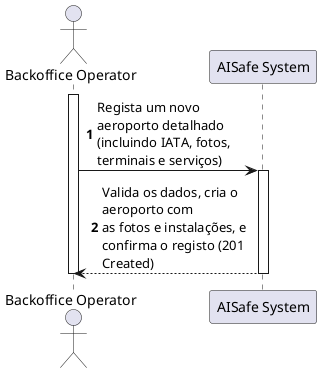
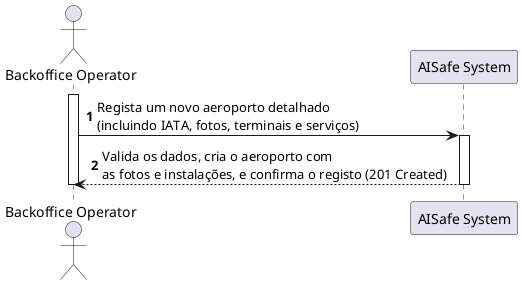
@startuml
autonumber
- skinparam maxMessageSize 150
+ 

actor "Backoffice Operator" as Admin
participant "AISafe System" as System

activate Admin
Admin -> System : Regista um novo aeroporto detalhado \n(incluindo IATA, fotos, terminais e serviços)
activate System

System --> Admin : Valida os dados, cria o aeroporto com \nas fotos e instalações, e confirma o registo (201 Created)
deactivate System
deactivate Admin
@enduml